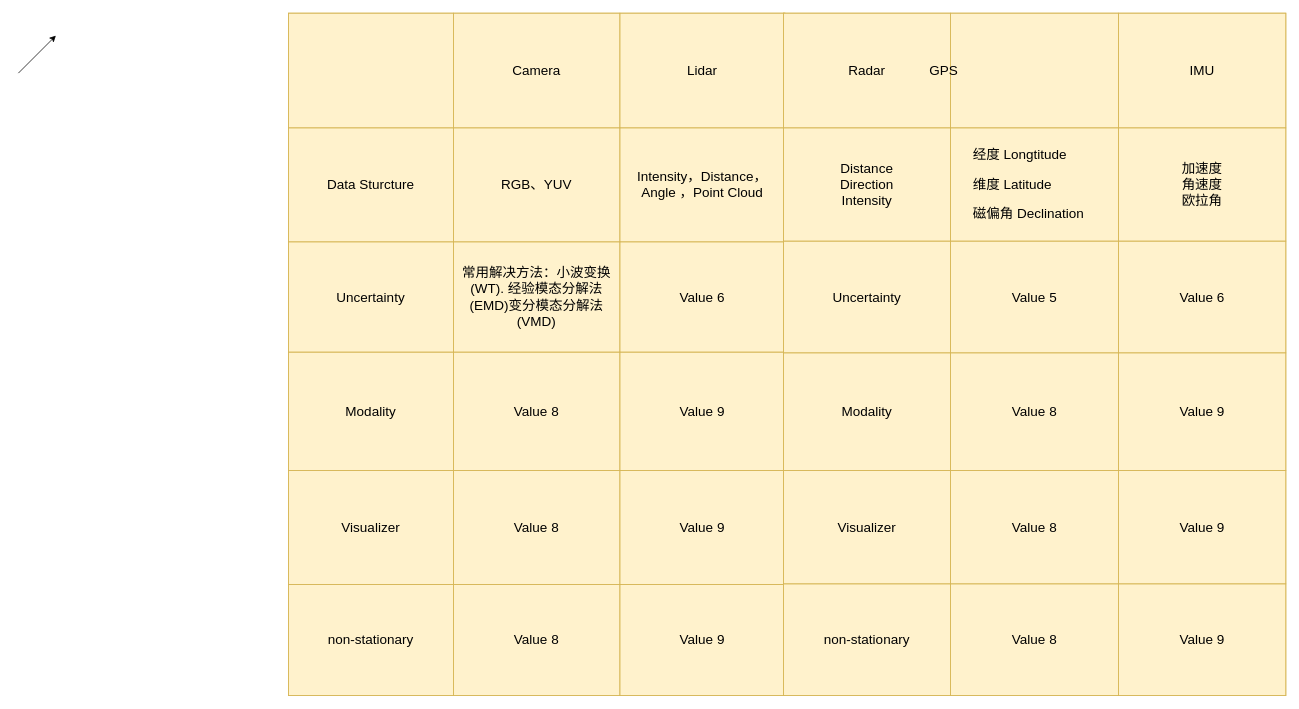
The draw.io diagram Untitled Diagram.drawio in cowqer/2023international-online-competition-of-auto-running-robots, before the edit. Source tidied: cells renumbered, new cells numbered last; positions are measured from the earlier drawing's top-left corner, leaving out a move shared by most shapes. Both pictures are drawn from the tidied source at 75%, with x=0, y=0 at pixel (18, 13).
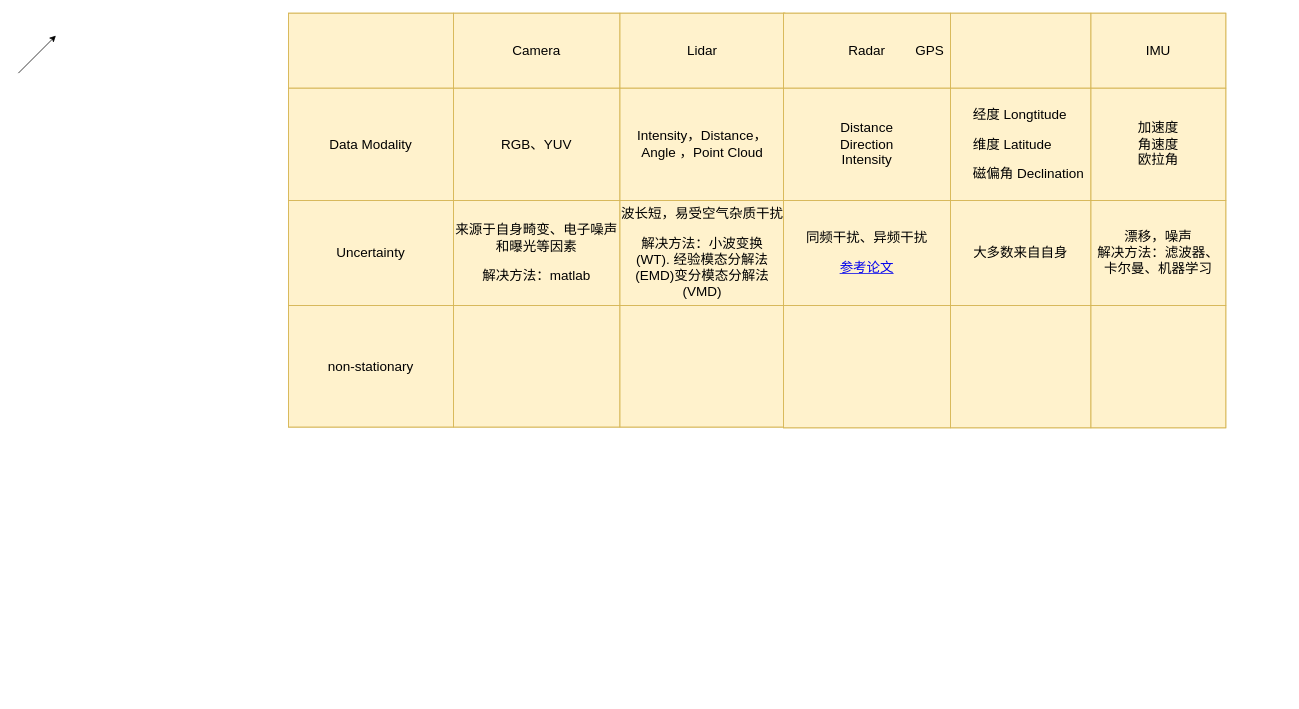
Above is the later version.

The edit, as a diff of the source:
```diff
@@
     <mxCell id="3" style="childLayout=tableLayout;shadow=0;fillColor=#fff2cc;strokeColor=#d6b656;fontSize=18;" parent="1" vertex="1">
-      <mxGeometry x="360" width="662" height="910" as="geometry" />
+      <mxGeometry x="360" width="662" height="552" as="geometry" />
     </mxCell>
     <mxCell id="4" style="shape=tableRow;horizontal=0;startSize=0;swimlaneHead=0;swimlaneBody=0;top=0;left=0;bottom=0;right=0;fontStyle=0;fillColor=none;strokeColor=inherit;fontSize=18;" parent="3" vertex="1">
-      <mxGeometry width="662" height="153" as="geometry" />
+      <mxGeometry width="662" height="100" as="geometry" />
     </mxCell>
     <mxCell id="5" style="strokeColor=inherit;fillColor=none;align=center;whiteSpace=wrap;html=1;fontSize=18;" parent="4" vertex="1">
-      <mxGeometry width="220" height="153" as="geometry" />
+      <mxGeometry width="220" height="100" as="geometry" />
     </mxCell>
     <mxCell id="6" value="&lt;p class=&quot;MsoNormal&quot;&gt;&lt;font face=&quot;Helvetica&quot;&gt;Camera&lt;/font&gt;&lt;/p&gt;" style="strokeColor=inherit;fillColor=none;align=center;whiteSpace=wrap;html=1;fontSize=18;" parent="4" vertex="1">
-      <mxGeometry x="220" width="222" height="153" as="geometry" />
+      <mxGeometry x="220" width="222" height="100" as="geometry" />
     </mxCell>
     <mxCell id="7" value="Lidar" style="strokeColor=inherit;fillColor=none;align=center;whiteSpace=wrap;html=1;fontSize=18;" parent="4" vertex="1">
-      <mxGeometry x="442" width="220" height="153" as="geometry" />
+      <mxGeometry x="442" width="220" height="100" as="geometry" />
     </mxCell>
     <mxCell id="8" style="shape=tableRow;horizontal=0;startSize=0;swimlaneHead=0;swimlaneBody=0;top=0;left=0;bottom=0;right=0;fontStyle=0;fillColor=none;strokeColor=inherit;fontSize=18;" parent="3" vertex="1">
-      <mxGeometry y="153" width="662" height="152" as="geometry" />
+      <mxGeometry y="100" width="662" height="150" as="geometry" />
     </mxCell>
-    <mxCell id="9" value="Data Sturcture" style="strokeColor=inherit;fillColor=none;align=center;whiteSpace=wrap;html=1;fontSize=18;" parent="8" vertex="1">
-      <mxGeometry width="220" height="152" as="geometry" />
+    <mxCell id="9" value="Data Modality" style="strokeColor=inherit;fillColor=none;align=center;whiteSpace=wrap;html=1;fontSize=18;" parent="8" vertex="1">
+      <mxGeometry width="220" height="150" as="geometry" />
     </mxCell>
     <mxCell id="10" value="RGB、YUV" style="strokeColor=inherit;fillColor=none;align=center;whiteSpace=wrap;html=1;fontSize=18;" parent="8" vertex="1">
-      <mxGeometry x="220" width="222" height="152" as="geometry" />
+      <mxGeometry x="220" width="222" height="150" as="geometry" />
     </mxCell>
     <mxCell id="11" value="Intensity，Distance，Angle ，Point Cloud " style="strokeColor=inherit;fillColor=none;align=center;whiteSpace=wrap;html=1;fontSize=18;" parent="8" vertex="1">
-      <mxGeometry x="442" width="220" height="152" as="geometry" />
+      <mxGeometry x="442" width="220" height="150" as="geometry" />
     </mxCell>
     <mxCell id="12" style="shape=tableRow;horizontal=0;startSize=0;swimlaneHead=0;swimlaneBody=0;top=0;left=0;bottom=0;right=0;fontStyle=0;fillColor=none;strokeColor=inherit;fontSize=18;" parent="3" vertex="1">
-      <mxGeometry y="305" width="662" height="147" as="geometry" />
+      <mxGeometry y="250" width="662" height="140" as="geometry" />
     </mxCell>
     <mxCell id="13" value="Uncertainty" style="strokeColor=inherit;fillColor=none;align=center;whiteSpace=wrap;html=1;fontSize=18;" parent="12" vertex="1">
-      <mxGeometry width="220" height="147" as="geometry" />
+      <mxGeometry width="220" height="140" as="geometry" />
     </mxCell>
-    <mxCell id="14" value="&lt;p class=&quot;MsoNormal&quot;&gt;&lt;span style=&quot;background-color: initial;&quot;&gt;常用解决方法：&lt;/span&gt;&lt;span style=&quot;background-color: initial; text-indent: -21pt; font-family: 等线;&quot;&gt;&lt;font face=&quot;等线&quot;&gt;小波变换&lt;/font&gt;&lt;font face=&quot;等线&quot;&gt;(&lt;/font&gt;&lt;/span&gt;&lt;span style=&quot;background-color: initial; text-indent: -21pt; font-family: 等线;&quot;&gt;WT)&lt;/span&gt;&lt;span style=&quot;background-color: initial; text-indent: -21pt; font-family: 等线;&quot;&gt;.&amp;nbsp;&lt;/span&gt;&lt;span style=&quot;background-color: initial; text-indent: -21pt; font-family: 等线;&quot;&gt;&lt;font face=&quot;等线&quot;&gt;经验模态分解法&lt;/font&gt;&lt;font face=&quot;等线&quot;&gt;(EMD&lt;/font&gt;&lt;/span&gt;&lt;span style=&quot;background-color: initial; text-indent: -21pt; font-family: 等线;&quot;&gt;)&lt;/span&gt;&lt;span style=&quot;background-color: initial; font-family: 等线;&quot;&gt;&lt;font face=&quot;等线&quot;&gt;变分模态分解法&lt;/font&gt;&lt;font face=&quot;等线&quot;&gt;(VMD&lt;/font&gt;&lt;/span&gt;&lt;span style=&quot;background-color: initial; font-family: 等线;&quot;&gt;)&lt;/span&gt;&lt;/p&gt;" style="strokeColor=inherit;fillColor=none;align=center;whiteSpace=wrap;html=1;fontSize=18;" parent="12" vertex="1">
-      <mxGeometry x="220" width="222" height="147" as="geometry" />
+    <mxCell id="14" value="&lt;p class=&quot;MsoNormal&quot;&gt;来源于自身畸变、电子噪声和曝光等因素&lt;br&gt;&lt;/p&gt;&lt;p class=&quot;MsoNormal&quot;&gt;解决方法：matlab&lt;/p&gt;" style="strokeColor=inherit;fillColor=none;align=center;whiteSpace=wrap;html=1;fontSize=18;" parent="12" vertex="1">
+      <mxGeometry x="220" width="222" height="140" as="geometry" />
     </mxCell>
-    <mxCell id="15" value="Value 6" style="strokeColor=inherit;fillColor=none;align=center;whiteSpace=wrap;html=1;fontSize=18;" parent="12" vertex="1">
-      <mxGeometry x="442" width="220" height="147" as="geometry" />
+    <mxCell id="15" value="&lt;p style=&quot;border-color: var(--border-color);&quot; class=&quot;MsoNormal&quot;&gt;波长短，易受空气杂质干扰&lt;/p&gt;&lt;p style=&quot;border-color: var(--border-color);&quot; class=&quot;MsoNormal&quot;&gt;&lt;span style=&quot;border-color: var(--border-color); background-color: initial;&quot;&gt;解决方法：&lt;/span&gt;&lt;span style=&quot;border-color: var(--border-color); background-color: initial; text-indent: -21pt;&quot;&gt;小波变换(&lt;/span&gt;&lt;span style=&quot;border-color: var(--border-color); background-color: initial; text-indent: -21pt;&quot;&gt;WT)&lt;/span&gt;&lt;span style=&quot;border-color: var(--border-color); background-color: initial; text-indent: -21pt;&quot;&gt;.&amp;nbsp;&lt;/span&gt;&lt;span style=&quot;border-color: var(--border-color); background-color: initial; text-indent: -21pt;&quot;&gt;经验模态分解法(EMD&lt;/span&gt;&lt;span style=&quot;border-color: var(--border-color); background-color: initial; text-indent: -21pt;&quot;&gt;)&lt;/span&gt;&lt;span style=&quot;border-color: var(--border-color); background-color: initial;&quot;&gt;变分模态分解法(VMD&lt;/span&gt;&lt;span style=&quot;border-color: var(--border-color); background-color: initial;&quot;&gt;)&lt;/span&gt;&lt;/p&gt;" style="strokeColor=inherit;fillColor=none;align=center;whiteSpace=wrap;html=1;fontSize=18;" parent="12" vertex="1">
+      <mxGeometry x="442" width="220" height="140" as="geometry" />
     </mxCell>
-    <mxCell id="16" style="shape=tableRow;horizontal=0;startSize=0;swimlaneHead=0;swimlaneBody=0;top=0;left=0;bottom=0;right=0;fontStyle=0;fillColor=none;strokeColor=inherit;fontSize=18;" parent="3" vertex="1">
-      <mxGeometry y="452" width="662" height="158" as="geometry" />
-    </mxCell>
-    <mxCell id="17" value="Modality" style="strokeColor=inherit;fillColor=none;align=center;whiteSpace=wrap;html=1;fontSize=18;" parent="16" vertex="1">
-      <mxGeometry width="220" height="158" as="geometry" />
-    </mxCell>
-    <mxCell id="18" value="Value 8" style="strokeColor=inherit;fillColor=none;align=center;whiteSpace=wrap;html=1;fontSize=18;" parent="16" vertex="1">
-      <mxGeometry x="220" width="222" height="158" as="geometry" />
-    </mxCell>
-    <mxCell id="19" value="Value 9" style="strokeColor=inherit;fillColor=none;align=center;whiteSpace=wrap;html=1;fontSize=18;" parent="16" vertex="1">
-      <mxGeometry x="442" width="220" height="158" as="geometry" />
-    </mxCell>
-    <mxCell id="20" style="shape=tableRow;horizontal=0;startSize=0;swimlaneHead=0;swimlaneBody=0;top=0;left=0;bottom=0;right=0;fontStyle=0;fillColor=none;strokeColor=inherit;fontSize=18;" parent="3" vertex="1">
-      <mxGeometry y="610" width="662" height="152" as="geometry" />
-    </mxCell>
-    <mxCell id="21" value="Visualizer" style="strokeColor=inherit;fillColor=none;align=center;whiteSpace=wrap;html=1;fontSize=18;" parent="20" vertex="1">
-      <mxGeometry width="220" height="152" as="geometry" />
-    </mxCell>
-    <mxCell id="22" value="Value 8" style="strokeColor=inherit;fillColor=none;align=center;whiteSpace=wrap;html=1;fontSize=18;" parent="20" vertex="1">
-      <mxGeometry x="220" width="222" height="152" as="geometry" />
-    </mxCell>
-    <mxCell id="23" value="Value 9" style="strokeColor=inherit;fillColor=none;align=center;whiteSpace=wrap;html=1;fontSize=18;" parent="20" vertex="1">
-      <mxGeometry x="442" width="220" height="152" as="geometry" />
-    </mxCell>
     <mxCell id="24" style="shape=tableRow;horizontal=0;startSize=0;swimlaneHead=0;swimlaneBody=0;top=0;left=0;bottom=0;right=0;fontStyle=0;fillColor=none;strokeColor=inherit;fontSize=18;" parent="3" vertex="1">
-      <mxGeometry y="762" width="662" height="148" as="geometry" />
+      <mxGeometry y="390" width="662" height="162" as="geometry" />
     </mxCell>
     <mxCell id="25" value="non-stationary" style="strokeColor=inherit;fillColor=none;align=center;whiteSpace=wrap;html=1;fontSize=18;" parent="24" vertex="1">
-      <mxGeometry width="220" height="148" as="geometry" />
+      <mxGeometry width="220" height="162" as="geometry" />
     </mxCell>
-    <mxCell id="26" value="Value 8" style="strokeColor=inherit;fillColor=none;align=center;whiteSpace=wrap;html=1;fontSize=18;" parent="24" vertex="1">
-      <mxGeometry x="220" width="222" height="148" as="geometry" />
+    <mxCell id="26" style="strokeColor=inherit;fillColor=none;align=center;whiteSpace=wrap;html=1;fontSize=18;" parent="24" vertex="1">
+      <mxGeometry x="220" width="222" height="162" as="geometry" />
     </mxCell>
-    <mxCell id="27" value="Value 9" style="strokeColor=inherit;fillColor=none;align=center;whiteSpace=wrap;html=1;fontSize=18;" parent="24" vertex="1">
-      <mxGeometry x="442" width="220" height="148" as="geometry" />
+    <mxCell id="27" style="strokeColor=inherit;fillColor=none;align=center;whiteSpace=wrap;html=1;fontSize=18;" parent="24" vertex="1">
+      <mxGeometry x="442" width="220" height="162" as="geometry" />
     </mxCell>
     <mxCell id="28" style="childLayout=tableLayout;shadow=0;fillColor=#fff2cc;strokeColor=#d6b656;fontSize=18;" parent="1" vertex="1">
-      <mxGeometry x="1020" width="670" height="910" as="geometry" />
+      <mxGeometry x="1020" width="590" height="553" as="geometry" />
     </mxCell>
     <mxCell id="29" style="shape=tableRow;horizontal=0;startSize=0;swimlaneHead=0;swimlaneBody=0;top=0;left=0;bottom=0;right=0;fontStyle=0;fillColor=none;strokeColor=inherit;fontSize=18;" parent="28" vertex="1">
-      <mxGeometry width="670" height="153" as="geometry" />
+      <mxGeometry width="590" height="100" as="geometry" />
     </mxCell>
     <mxCell id="30" value="Radar" style="strokeColor=inherit;fillColor=none;align=center;whiteSpace=wrap;html=1;fontSize=18;" parent="29" vertex="1">
-      <mxGeometry width="223" height="153" as="geometry" />
+      <mxGeometry width="223" height="100" as="geometry" />
     </mxCell>
     <mxCell id="31" value="GPS&lt;span style=&quot;white-space: pre;&quot;&gt;&#9;&lt;/span&gt;&lt;span style=&quot;white-space: pre;&quot;&gt;&#9;&lt;/span&gt;&lt;span style=&quot;white-space: pre;&quot;&gt;&#9;&lt;/span&gt;&lt;span style=&quot;white-space: pre;&quot;&gt;&#9;&lt;/span&gt;&lt;span style=&quot;white-space: pre;&quot;&gt;&#9;&lt;/span&gt;&lt;span style=&quot;white-space: pre;&quot;&gt;&#9;&lt;/span&gt;" style="strokeColor=inherit;fillColor=none;align=center;whiteSpace=wrap;html=1;fontSize=18;" parent="29" vertex="1">
-      <mxGeometry x="223" width="224" height="153" as="geometry" />
+      <mxGeometry x="223" width="187" height="100" as="geometry" />
     </mxCell>
     <mxCell id="32" value="IMU" style="strokeColor=inherit;fillColor=none;align=center;whiteSpace=wrap;html=1;fontSize=18;" parent="29" vertex="1">
-      <mxGeometry x="447" width="223" height="153" as="geometry" />
+      <mxGeometry x="410" width="180" height="100" as="geometry" />
     </mxCell>
     <mxCell id="33" style="shape=tableRow;horizontal=0;startSize=0;swimlaneHead=0;swimlaneBody=0;top=0;left=0;bottom=0;right=0;fontStyle=0;fillColor=none;strokeColor=inherit;fontSize=18;" parent="28" vertex="1">
-      <mxGeometry y="153" width="670" height="151" as="geometry" />
+      <mxGeometry y="100" width="590" height="150" as="geometry" />
     </mxCell>
     <mxCell id="34" value="&lt;div style=&quot;&quot;&gt;&lt;span style=&quot;background-color: initial;&quot;&gt;Distance&lt;/span&gt;&lt;/div&gt;Direction&lt;br&gt;Intensity" style="strokeColor=inherit;fillColor=none;align=center;whiteSpace=wrap;html=1;fontSize=18;textDirection=ltr;" parent="33" vertex="1">
-      <mxGeometry width="223" height="151" as="geometry" />
+      <mxGeometry width="223" height="150" as="geometry" />
     </mxCell>
     <mxCell id="35" value="&lt;p style=&quot;margin-left: 42pt; text-indent: -21pt;&quot; class=&quot;15&quot;&gt;&lt;font face=&quot;Helvetica&quot; style=&quot;font-size: 18px;&quot;&gt;&lt;font style=&quot;font-size: 18px;&quot;&gt;经度&lt;/font&gt; &lt;font style=&quot;font-size: 18px;&quot;&gt;Longtitude&lt;/font&gt;&lt;/font&gt;&lt;/p&gt;&lt;p style=&quot;margin-left: 42pt; text-indent: -21pt;&quot; class=&quot;15&quot;&gt;&lt;font face=&quot;ocGpZ4sla6XCSU01zDwM&quot;&gt;&lt;font style=&quot;text-indent: -21pt; background-color: initial;&quot;&gt;维度&lt;/font&gt;&lt;span style=&quot;text-indent: -21pt; background-color: initial;&quot;&gt; &lt;/span&gt;&lt;font style=&quot;text-indent: -21pt; background-color: initial;&quot;&gt;Latitude&lt;/font&gt;&lt;/font&gt;&lt;/p&gt;&lt;p style=&quot;margin-left: 42pt; text-indent: -21pt;&quot; class=&quot;15&quot;&gt;&lt;font face=&quot;ocGpZ4sla6XCSU01zDwM&quot;&gt;&lt;font style=&quot;text-indent: -21pt; background-color: initial;&quot;&gt;磁偏角&amp;nbsp;&lt;/font&gt;&lt;font style=&quot;text-indent: -21pt; background-color: initial;&quot;&gt;Declination&lt;/font&gt;&lt;/font&gt;&lt;/p&gt;&lt;p style=&quot;margin-left: 42pt; text-indent: -21pt;&quot; class=&quot;15&quot;&gt;&lt;span style=&quot;font-size: 19px;&quot;&gt;&lt;/span&gt;&lt;/p&gt;" style="strokeColor=inherit;fillColor=none;align=left;whiteSpace=wrap;html=1;fontSize=18;fontFamily=Helvetica;" parent="33" vertex="1">
-      <mxGeometry x="223" width="224" height="151" as="geometry" />
+      <mxGeometry x="223" width="187" height="150" as="geometry" />
     </mxCell>
     <mxCell id="36" value="加速度&lt;br&gt;角速度&lt;br&gt;欧拉角" style="strokeColor=inherit;fillColor=none;align=center;whiteSpace=wrap;html=1;fontSize=18;" parent="33" vertex="1">
-      <mxGeometry x="447" width="223" height="151" as="geometry" />
+      <mxGeometry x="410" width="180" height="150" as="geometry" />
     </mxCell>
-    <mxCell id="37" style="shape=tableRow;horizontal=0;startSize=0;swimlaneHead=0;swimlaneBody=0;top=0;left=0;bottom=0;right=0;fontStyle=0;fillColor=none;strokeColor=inherit;fontSize=18;" parent="28" vertex="1">
-      <mxGeometry y="304" width="670" height="149" as="geometry" />
+    <mxCell id="37" style="shape=tableRow;horizontal=0;startSize=0;swimlaneHead=0;swimlaneBody=0;top=0;left=0;bottom=0;right=0;fontStyle=0;fillColor=none;strokeColor=inherit;fontSize=18;verticalAlign=middle;" parent="28" vertex="1">
+      <mxGeometry y="250" width="590" height="140" as="geometry" />
     </mxCell>
-    <mxCell id="38" value="Uncertainty" style="strokeColor=inherit;fillColor=none;align=center;whiteSpace=wrap;html=1;fontSize=18;" parent="37" vertex="1">
-      <mxGeometry width="223" height="149" as="geometry" />
+    <mxCell id="38" value="&lt;p class=&quot;MsoNormal&quot;&gt;同频干扰、异频干扰&lt;/p&gt;&lt;p class=&quot;MsoNormal&quot;&gt;&lt;a href=&quot;http://jemi.etmchina.com/jemi/article/pdf/20230916&quot;&gt;参考论文&lt;/a&gt;&lt;/p&gt;" style="strokeColor=inherit;fillColor=none;align=center;whiteSpace=wrap;html=1;fontSize=18;" parent="37" vertex="1">
+      <mxGeometry width="223" height="140" as="geometry" />
     </mxCell>
-    <mxCell id="39" value="Value 5" style="strokeColor=inherit;fillColor=none;align=center;whiteSpace=wrap;html=1;fontSize=18;" parent="37" vertex="1">
-      <mxGeometry x="223" width="224" height="149" as="geometry" />
+    <mxCell id="39" value="大多数来自自身" style="strokeColor=inherit;fillColor=none;align=center;whiteSpace=wrap;html=1;fontSize=18;" parent="37" vertex="1">
+      <mxGeometry x="223" width="187" height="140" as="geometry" />
     </mxCell>
-    <mxCell id="40" value="Value 6" style="strokeColor=inherit;fillColor=none;align=center;whiteSpace=wrap;html=1;fontSize=18;" parent="37" vertex="1">
-      <mxGeometry x="447" width="223" height="149" as="geometry" />
+    <mxCell id="40" value="漂移，噪声&lt;br&gt;解决方法：滤波器、卡尔曼、机器学习" style="strokeColor=inherit;fillColor=none;align=center;whiteSpace=wrap;html=1;fontSize=18;" parent="37" vertex="1">
+      <mxGeometry x="410" width="180" height="140" as="geometry" />
     </mxCell>
-    <mxCell id="41" style="shape=tableRow;horizontal=0;startSize=0;swimlaneHead=0;swimlaneBody=0;top=0;left=0;bottom=0;right=0;fontStyle=0;fillColor=none;strokeColor=inherit;fontSize=18;" parent="28" vertex="1">
-      <mxGeometry y="453" width="670" height="157" as="geometry" />
-    </mxCell>
-    <mxCell id="42" value="Modality" style="strokeColor=inherit;fillColor=none;align=center;whiteSpace=wrap;html=1;fontSize=18;" parent="41" vertex="1">
-      <mxGeometry width="223" height="157" as="geometry" />
-    </mxCell>
-    <mxCell id="43" value="Value 8" style="strokeColor=inherit;fillColor=none;align=center;whiteSpace=wrap;html=1;fontSize=18;" parent="41" vertex="1">
-      <mxGeometry x="223" width="224" height="157" as="geometry" />
-    </mxCell>
-    <mxCell id="44" value="Value 9" style="strokeColor=inherit;fillColor=none;align=center;whiteSpace=wrap;html=1;fontSize=18;" parent="41" vertex="1">
-      <mxGeometry x="447" width="223" height="157" as="geometry" />
-    </mxCell>
-    <mxCell id="45" style="shape=tableRow;horizontal=0;startSize=0;swimlaneHead=0;swimlaneBody=0;top=0;left=0;bottom=0;right=0;fontStyle=0;fillColor=none;strokeColor=inherit;fontSize=18;" parent="28" vertex="1">
-      <mxGeometry y="610" width="670" height="151" as="geometry" />
-    </mxCell>
-    <mxCell id="46" value="Visualizer" style="strokeColor=inherit;fillColor=none;align=center;whiteSpace=wrap;html=1;fontSize=18;" parent="45" vertex="1">
-      <mxGeometry width="223" height="151" as="geometry" />
-    </mxCell>
-    <mxCell id="47" value="Value 8" style="strokeColor=inherit;fillColor=none;align=center;whiteSpace=wrap;html=1;fontSize=18;" parent="45" vertex="1">
-      <mxGeometry x="223" width="224" height="151" as="geometry" />
-    </mxCell>
-    <mxCell id="48" value="Value 9" style="strokeColor=inherit;fillColor=none;align=center;whiteSpace=wrap;html=1;fontSize=18;" parent="45" vertex="1">
-      <mxGeometry x="447" width="223" height="151" as="geometry" />
-    </mxCell>
     <mxCell id="49" style="shape=tableRow;horizontal=0;startSize=0;swimlaneHead=0;swimlaneBody=0;top=0;left=0;bottom=0;right=0;fontStyle=0;fillColor=none;strokeColor=inherit;fontSize=18;" parent="28" vertex="1">
-      <mxGeometry y="761" width="670" height="149" as="geometry" />
+      <mxGeometry y="390" width="590" height="163" as="geometry" />
     </mxCell>
-    <mxCell id="50" value="non-stationary" style="strokeColor=inherit;fillColor=none;align=center;whiteSpace=wrap;html=1;fontSize=18;" parent="49" vertex="1">
-      <mxGeometry width="223" height="149" as="geometry" />
+    <mxCell id="50" style="strokeColor=inherit;fillColor=none;align=center;whiteSpace=wrap;html=1;fontSize=18;" parent="49" vertex="1">
+      <mxGeometry width="223" height="163" as="geometry" />
     </mxCell>
-    <mxCell id="51" value="Value 8" style="strokeColor=inherit;fillColor=none;align=center;whiteSpace=wrap;html=1;fontSize=18;" parent="49" vertex="1">
-      <mxGeometry x="223" width="224" height="149" as="geometry" />
+    <mxCell id="51" style="strokeColor=inherit;fillColor=none;align=center;whiteSpace=wrap;html=1;fontSize=18;" parent="49" vertex="1">
+      <mxGeometry x="223" width="187" height="163" as="geometry" />
     </mxCell>
-    <mxCell id="52" value="Value 9" style="strokeColor=inherit;fillColor=none;align=center;whiteSpace=wrap;html=1;fontSize=18;" parent="49" vertex="1">
-      <mxGeometry x="447" width="223" height="149" as="geometry" />
+    <mxCell id="52" style="strokeColor=inherit;fillColor=none;align=center;whiteSpace=wrap;html=1;fontSize=18;" parent="49" vertex="1">
+      <mxGeometry x="410" width="180" height="163" as="geometry" />
     </mxCell>
```
